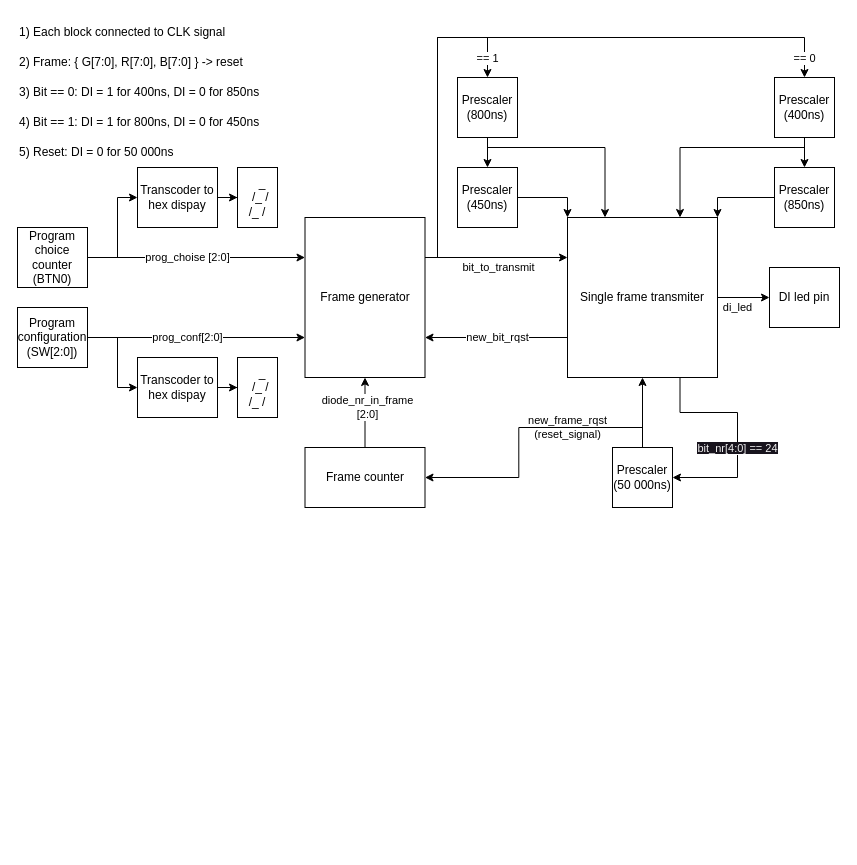
Before: LedSnake.drawio in r-smalec/LedSnake, a draw.io diagram. Source tidied: cells renumbered, new cells numbered last; positions are measured from the earlier drawing's top-left corner, leaving out a move shared by most shapes. Both pictures are drawn from the tidied source at 100%, with x=0, y=0 at pixel (17, 17).
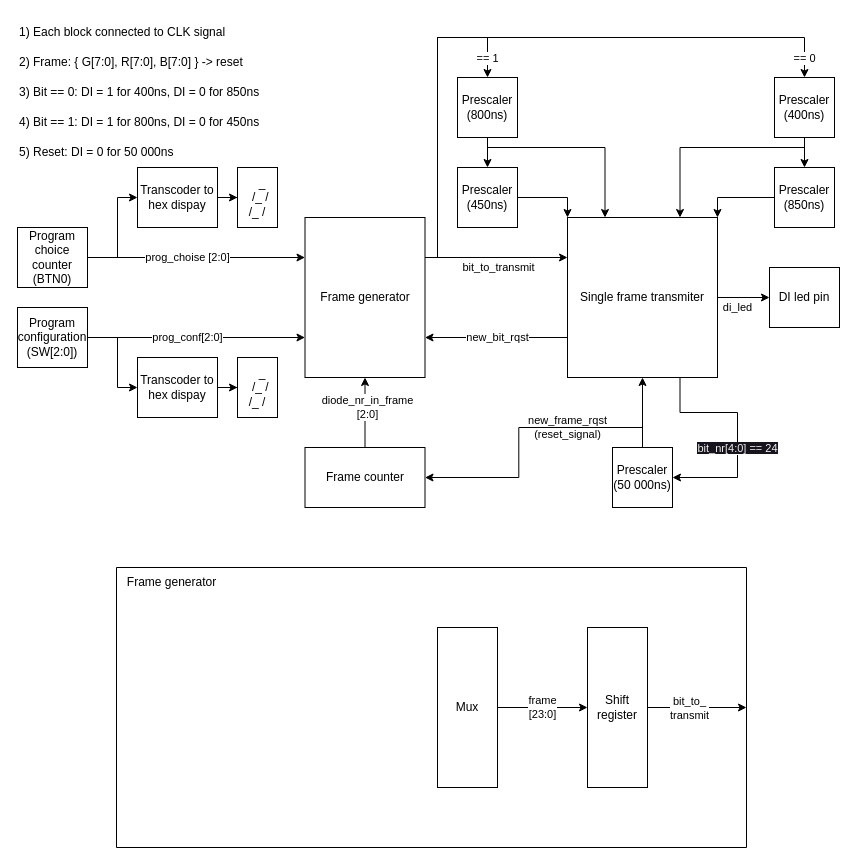
The same page after the edit.

Commit message:
Add detail view of frame generator

Change to the diagram source:
```diff
@@
+    <mxCell id="44" style="swimlane;startSize=0;" parent="1" vertex="1">
+      <mxGeometry x="99" y="550" width="630" height="280" as="geometry" />
+    </mxCell>
+    <mxCell id="45" value="frame&lt;br&gt;[23:0]" style="edgeStyle=none;html=1;entryX=0;entryY=0.5;entryDx=0;entryDy=0;" parent="44" edge="1" source="46" target="50">
+      <mxGeometry relative="1" as="geometry" />
+    </mxCell>
+    <mxCell id="46" value="Mux" style="rounded=0;whiteSpace=wrap;html=1;" parent="44" vertex="1">
+      <mxGeometry x="321" y="60" width="60" height="160" as="geometry" />
+    </mxCell>
+    <mxCell id="47" value="Frame generator" style="text;html=1;align=center;verticalAlign=middle;strokeColor=none;fillColor=none;" parent="44" vertex="1">
+      <mxGeometry width="110" height="30" as="geometry" />
+    </mxCell>
+    <mxCell id="48" style="edgeStyle=none;html=1;entryX=1;entryY=0.5;entryDx=0;entryDy=0;" parent="44" edge="1" source="50" target="44">
+      <mxGeometry relative="1" as="geometry" />
+    </mxCell>
+    <mxCell id="49" value="bit_to_&lt;br&gt;transmit" style="edgeLabel;html=1;align=center;verticalAlign=middle;" parent="48" vertex="1">
+      <mxGeometry x="-0.17" relative="1" as="geometry" />
+    </mxCell>
+    <mxCell id="50" value="Shift register" style="rounded=0;whiteSpace=wrap;html=1;" parent="44" vertex="1">
+      <mxGeometry x="471" y="60" width="60" height="160" as="geometry" />
+    </mxCell>
```
